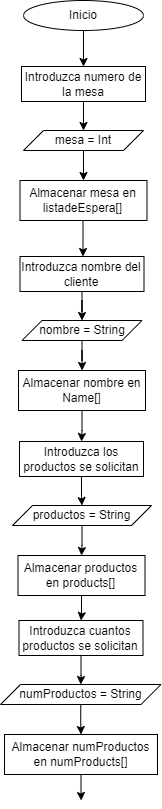
Above: Toma de pedidos.png in dasamepu/Flujo-de-funciones-para-encapsular-algoritmos (draw.io), before the change. Source tidied: cells renumbered, new cells last; positions are measured from the earlier drawing's top-left corner, leaving out a move shared by most shapes.
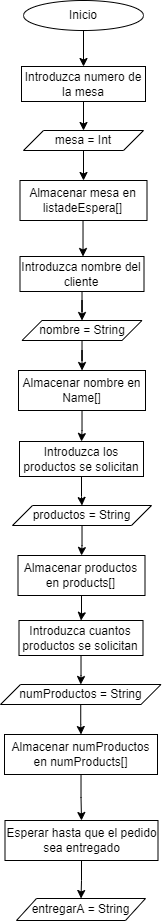
The same diagram one commit later.

Diff of the diagram source:
```diff
@@ -77,13 +77,20 @@
     <mxCell id="25" value="numProductos = String" style="shape=parallelogram;perimeter=parallelogramPerimeter;whiteSpace=wrap;html=1;fixedSize=1;" parent="1" vertex="1">
       <mxGeometry y="684" width="160.5" height="20" as="geometry" />
     </mxCell>
-    <mxCell id="26" style="edgeStyle=orthogonalEdgeStyle;rounded=0;jettySize=auto;html=1;entryX=0.5;entryY=0;entryDx=0;entryDy=0;" parent="1" edge="1" source="27">
-      <mxGeometry relative="1" as="geometry">
-        <mxPoint x="80.8" y="800" as="targetPoint" />
-      </mxGeometry>
-    </mxCell>
+    <mxCell id="28" style="edgeStyle=orthogonalEdgeStyle;rounded=0;jettySize=auto;html=1;" parent="1" edge="1" source="27" target="30">
+      <mxGeometry relative="1" as="geometry" />
+    </mxCell>
     <mxCell id="27" value="Almacenar numProductos en numProducts[]" style="whiteSpace=wrap;html=1;" parent="1" vertex="1">
       <mxGeometry x="4" y="734" width="153" height="40" as="geometry" />
     </mxCell>
+    <mxCell id="29" style="edgeStyle=orthogonalEdgeStyle;rounded=0;jettySize=auto;html=1;" parent="1" edge="1" source="30" target="31">
+      <mxGeometry relative="1" as="geometry" />
+    </mxCell>
+    <mxCell id="30" value="Esperar hasta que el pedido sea entregado" style="whiteSpace=wrap;html=1;" parent="1" vertex="1">
+      <mxGeometry x="4.5" y="820" width="153" height="40" as="geometry" />
+    </mxCell>
+    <mxCell id="31" value="entregarA = String" style="shape=parallelogram;perimeter=parallelogramPerimeter;whiteSpace=wrap;html=1;fixedSize=1;" parent="1" vertex="1">
+      <mxGeometry x="16" y="898" width="129" height="22" as="geometry" />
+    </mxCell>
   </root>
 </mxGraphModel>
```
